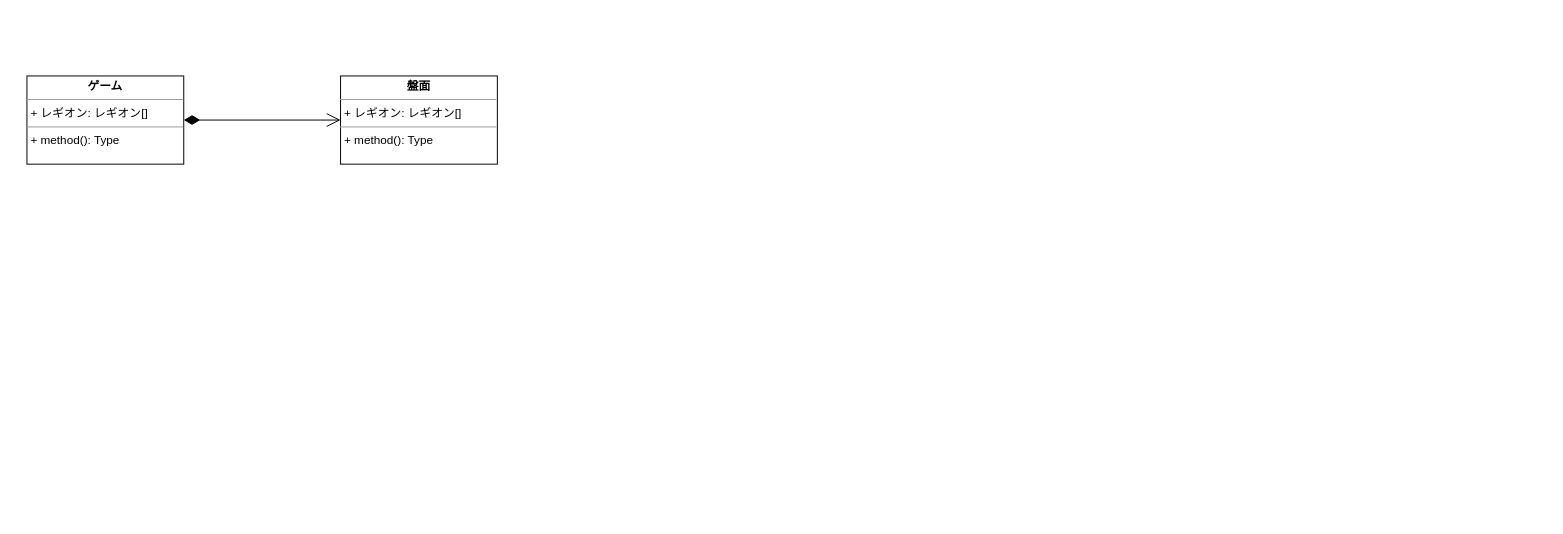
Earlier version of the draw.io diagram RPG.drawio (motoo1789/draw.io). Source tidied: cells renumbered, new cells numbered last; positions are measured from the earlier drawing's top-left corner, leaving out a move shared by most shapes. Both pictures are drawn from the tidied source at 98%, with x=0, y=0 at pixel (26, 75).
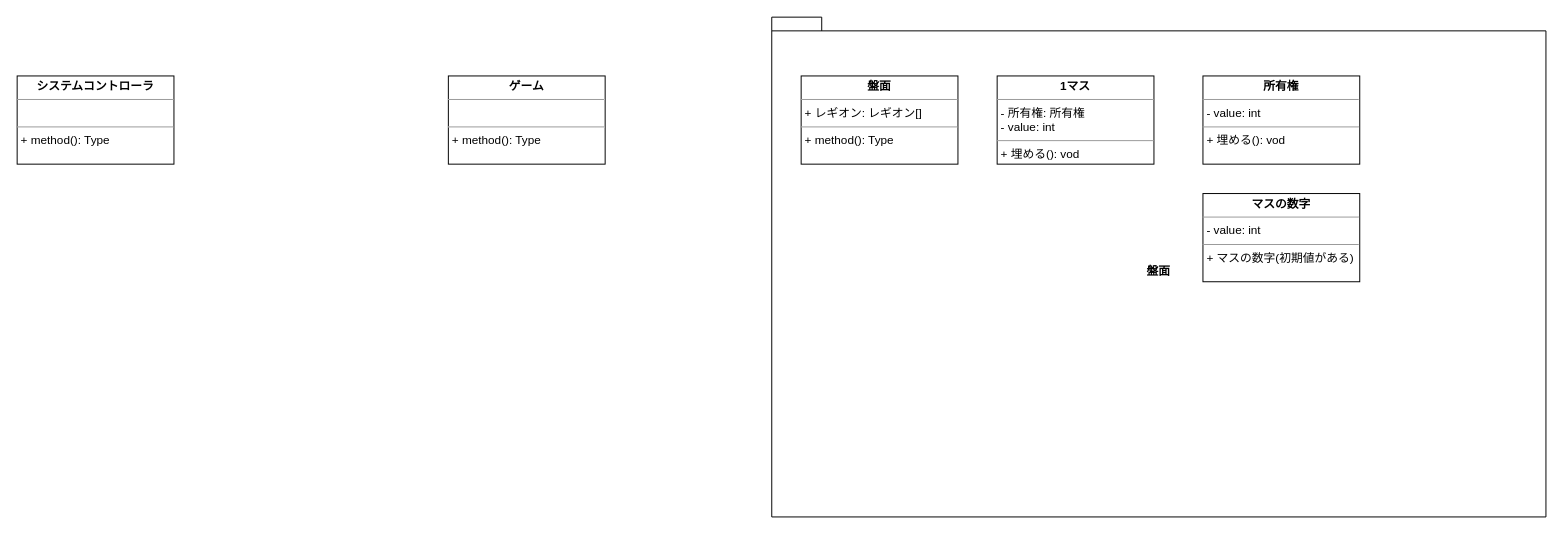
The same diagram, later.

Commit message:
RPG.drawio を更新します

Diff of the diagram source:
```diff
@@
 <mxGraphModel>
   <root>
     <mxCell id="0" />
     <mxCell id="1" parent="0" />
+    <mxCell id="5" value="盤面" style="shape=folder;fontStyle=1;spacingTop=10;tabWidth=40;tabHeight=14;tabPosition=left;html=1;whiteSpace=wrap;" parent="1" vertex="1">
+      <mxGeometry x="760" y="-60" width="790" height="510" as="geometry" />
+    </mxCell>
     <mxCell id="2" value="&lt;p style=&quot;margin:0px;margin-top:4px;text-align:center;&quot;&gt;&lt;b&gt;盤面&lt;/b&gt;&lt;br&gt;&lt;/p&gt;&lt;hr size=&quot;1&quot;&gt;&lt;p style=&quot;margin:0px;margin-left:4px;&quot;&gt;+ レギオン: レギオン[]&lt;br&gt;&lt;/p&gt;&lt;hr size=&quot;1&quot;&gt;&lt;p style=&quot;margin:0px;margin-left:4px;&quot;&gt;+ method(): Type&lt;/p&gt;" style="verticalAlign=top;align=left;overflow=fill;fontSize=12;fontFamily=Helvetica;html=1;" parent="1" vertex="1">
-      <mxGeometry x="320" width="160" height="90" as="geometry" />
+      <mxGeometry x="790" width="160" height="90" as="geometry" />
     </mxCell>
-    <mxCell id="3" value="&lt;p style=&quot;margin:0px;margin-top:4px;text-align:center;&quot;&gt;&lt;b&gt;ゲーム&lt;/b&gt;&lt;br&gt;&lt;/p&gt;&lt;hr size=&quot;1&quot;&gt;&lt;p style=&quot;margin:0px;margin-left:4px;&quot;&gt;+ レギオン: レギオン[]&lt;br&gt;&lt;/p&gt;&lt;hr size=&quot;1&quot;&gt;&lt;p style=&quot;margin:0px;margin-left:4px;&quot;&gt;+ method(): Type&lt;/p&gt;" style="verticalAlign=top;align=left;overflow=fill;fontSize=12;fontFamily=Helvetica;html=1;" parent="1" vertex="1">
-      <mxGeometry width="160" height="90" as="geometry" />
+    <mxCell id="3" value="&lt;p style=&quot;margin:0px;margin-top:4px;text-align:center;&quot;&gt;&lt;b&gt;ゲーム&lt;/b&gt;&lt;br&gt;&lt;/p&gt;&lt;hr size=&quot;1&quot;&gt;&lt;p style=&quot;margin:0px;margin-left:4px;&quot;&gt;&lt;br&gt;&lt;/p&gt;&lt;hr size=&quot;1&quot;&gt;&lt;p style=&quot;margin:0px;margin-left:4px;&quot;&gt;+ method(): Type&lt;/p&gt;" style="verticalAlign=top;align=left;overflow=fill;fontSize=12;fontFamily=Helvetica;html=1;" parent="1" vertex="1">
+      <mxGeometry x="430" width="160" height="90" as="geometry" />
     </mxCell>
-    <mxCell id="4" style="endArrow=open;html=1;endSize=12;startArrow=diamondThin;startSize=14;startFill=1;edgeStyle=orthogonalEdgeStyle;align=left;verticalAlign=bottom;rounded=0;exitX=1;exitY=0.5;exitDx=0;exitDy=0;entryX=0;entryY=0.5;entryDx=0;entryDy=0;" parent="1" edge="1" source="3" target="2">
-      <mxGeometry x="-1" y="3" relative="1" as="geometry" />
-    </mxCell>
+    <mxCell id="6" value="&lt;p style=&quot;margin:0px;margin-top:4px;text-align:center;&quot;&gt;&lt;b&gt;システムコントローラ&lt;/b&gt;&lt;br&gt;&lt;/p&gt;&lt;hr size=&quot;1&quot;&gt;&lt;p style=&quot;margin:0px;margin-left:4px;&quot;&gt;&lt;br&gt;&lt;/p&gt;&lt;hr size=&quot;1&quot;&gt;&lt;p style=&quot;margin:0px;margin-left:4px;&quot;&gt;+ method(): Type&lt;/p&gt;" style="verticalAlign=top;align=left;overflow=fill;fontSize=12;fontFamily=Helvetica;html=1;" parent="1" vertex="1">
+      <mxGeometry x="-10" width="160" height="90" as="geometry" />
+    </mxCell>
+    <mxCell id="7" value="&lt;p style=&quot;margin:0px;margin-top:4px;text-align:center;&quot;&gt;&lt;b&gt;1マス&lt;/b&gt;&lt;br&gt;&lt;/p&gt;&lt;hr size=&quot;1&quot;&gt;&lt;p style=&quot;margin:0px;margin-left:4px;&quot;&gt;- 所有権: 所有権&lt;br&gt;&lt;/p&gt;&lt;p style=&quot;margin:0px;margin-left:4px;&quot;&gt;- value: int&lt;br&gt;&lt;/p&gt;&lt;hr size=&quot;1&quot;&gt;&lt;p style=&quot;margin:0px;margin-left:4px;&quot;&gt;+ 埋める(): vod&lt;br&gt;&lt;/p&gt;" style="verticalAlign=top;align=left;overflow=fill;fontSize=12;fontFamily=Helvetica;html=1;" parent="1" vertex="1">
+      <mxGeometry x="990" width="160" height="90" as="geometry" />
+    </mxCell>
+    <mxCell id="8" value="&lt;p style=&quot;margin:0px;margin-top:4px;text-align:center;&quot;&gt;&lt;b&gt;所有権&lt;/b&gt;&lt;br&gt;&lt;/p&gt;&lt;hr size=&quot;1&quot;&gt;&lt;p style=&quot;margin:0px;margin-left:4px;&quot;&gt;- value: int&lt;br&gt;&lt;/p&gt;&lt;hr size=&quot;1&quot;&gt;&lt;p style=&quot;margin:0px;margin-left:4px;&quot;&gt;+ 埋める(): vod&lt;br&gt;&lt;/p&gt;" style="verticalAlign=top;align=left;overflow=fill;fontSize=12;fontFamily=Helvetica;html=1;" parent="1" vertex="1">
+      <mxGeometry x="1200" width="160" height="90" as="geometry" />
+    </mxCell>
+    <mxCell id="9" value="&lt;p style=&quot;margin:0px;margin-top:4px;text-align:center;&quot;&gt;&lt;b&gt;マスの数字&lt;/b&gt;&lt;br&gt;&lt;/p&gt;&lt;hr size=&quot;1&quot;&gt;&lt;p style=&quot;margin:0px;margin-left:4px;&quot;&gt;- value: int&lt;br&gt;&lt;/p&gt;&lt;hr size=&quot;1&quot;&gt;&lt;p style=&quot;margin:0px;margin-left:4px;&quot;&gt;+ マスの数字(初期値がある)&lt;br&gt;&lt;/p&gt;" style="verticalAlign=top;align=left;overflow=fill;fontSize=12;fontFamily=Helvetica;html=1;" parent="1" vertex="1">
+      <mxGeometry x="1200" y="120" width="160" height="90" as="geometry" />
+    </mxCell>
   </root>
 </mxGraphModel>
```
